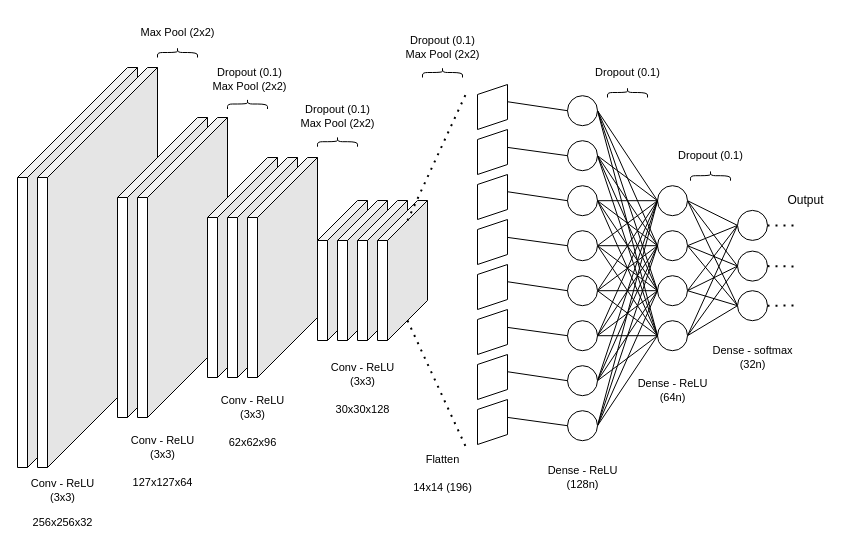
Nicholas-Lam1/ENEL525_Project keeps this draw.io diagram as CNN Diagram.drawio. Above is the earlier version. Source tidied: cells renumbered, new cells numbered last; positions are measured from the earlier drawing's top-left corner, leaving out a move shared by most shapes. Both pictures are drawn from the tidied source at 100%, with x=0, y=0 at pixel (17, 17).
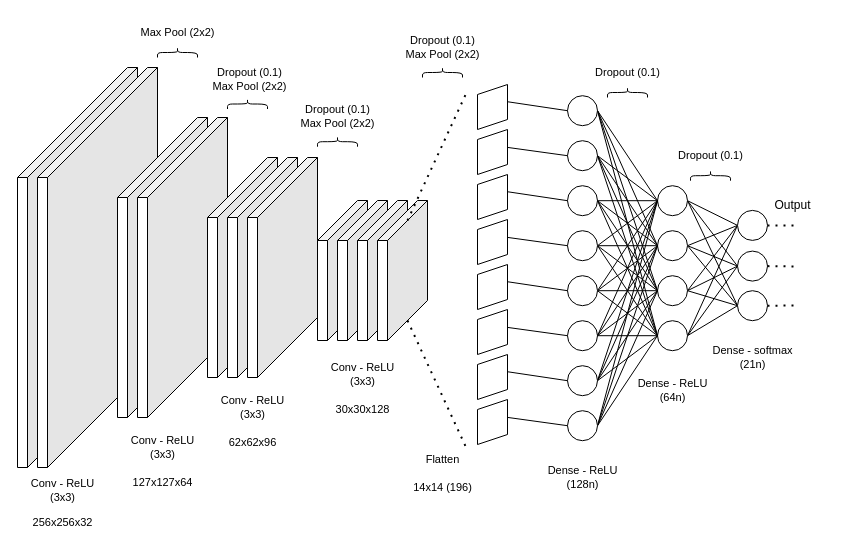
The same page after the edit.

What changed in the source:
```diff
@@
-    <mxCell id="108" value="Dense - softmax&lt;br&gt;(32n)" style="text;html=1;align=center;verticalAlign=middle;strokeColor=none;fillColor=none;fontFamily=Helvetica;fontSize=11;fontColor=default;labelBackgroundColor=default;" parent="1" vertex="1">
+    <mxCell id="108" value="Dense - softmax&lt;br&gt;(21n)" style="text;html=1;align=center;verticalAlign=middle;strokeColor=none;fillColor=none;fontFamily=Helvetica;fontSize=11;fontColor=default;labelBackgroundColor=default;" parent="1" vertex="1">
       <mxGeometry x="685" y="320" width="100" height="40" as="geometry" />
     </mxCell>
@@
-    <mxCell id="118" value="Output" style="text;html=1;align=center;verticalAlign=middle;strokeColor=none;fillColor=none;" parent="1" vertex="1">
-      <mxGeometry x="758" y="168.2" width="60" height="30" as="geometry" />
+    <mxCell id="118" value="Output" style="text;html=1;align=center;verticalAlign=middle;strokeColor=none;fillColor=none;spacingLeft=0;spacingRight=0;spacing=0;" parent="1" vertex="1">
+      <mxGeometry x="750" y="178.2" width="50" height="20" as="geometry" />
     </mxCell>
```
